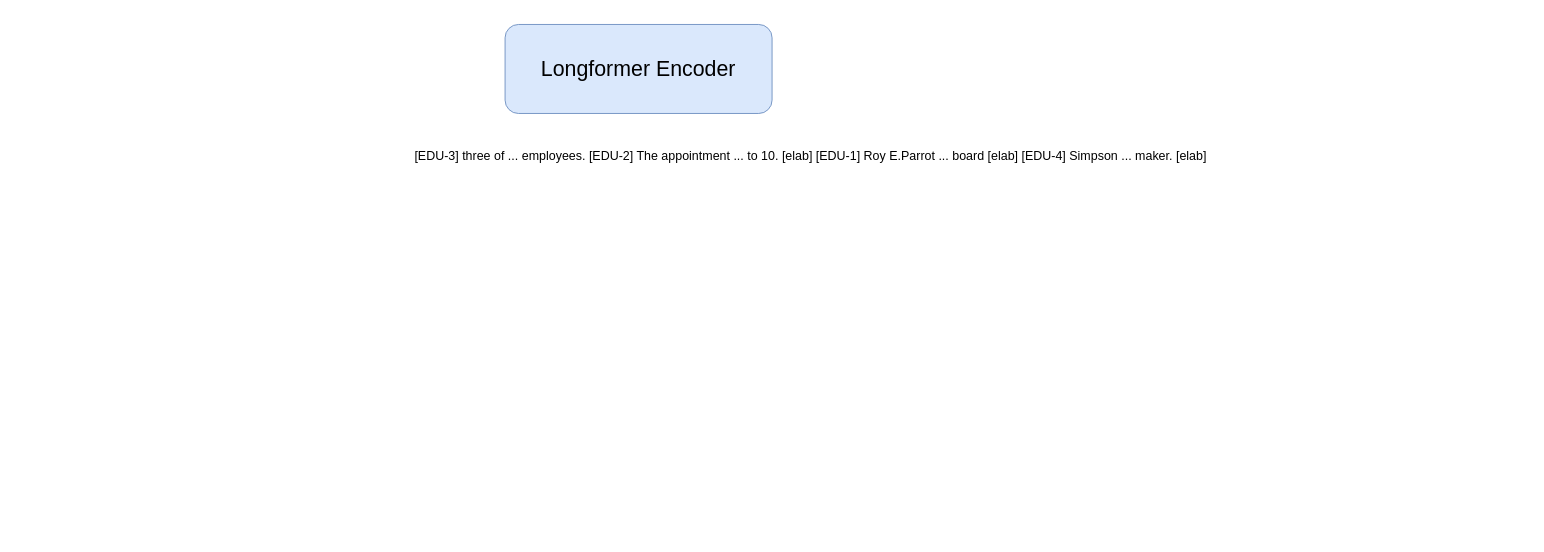
Before: page "Page-2" (2 of 2) of Untitled Diagram.drawio in Captainr22/SAE, a draw.io diagram. Source tidied: cells renumbered, new cells numbered last; positions are measured from the earlier drawing's top-left corner, leaving out a move shared by most shapes. Both pictures are drawn from the tidied source at 89%, with x=0, y=0 at pixel (407, 24).
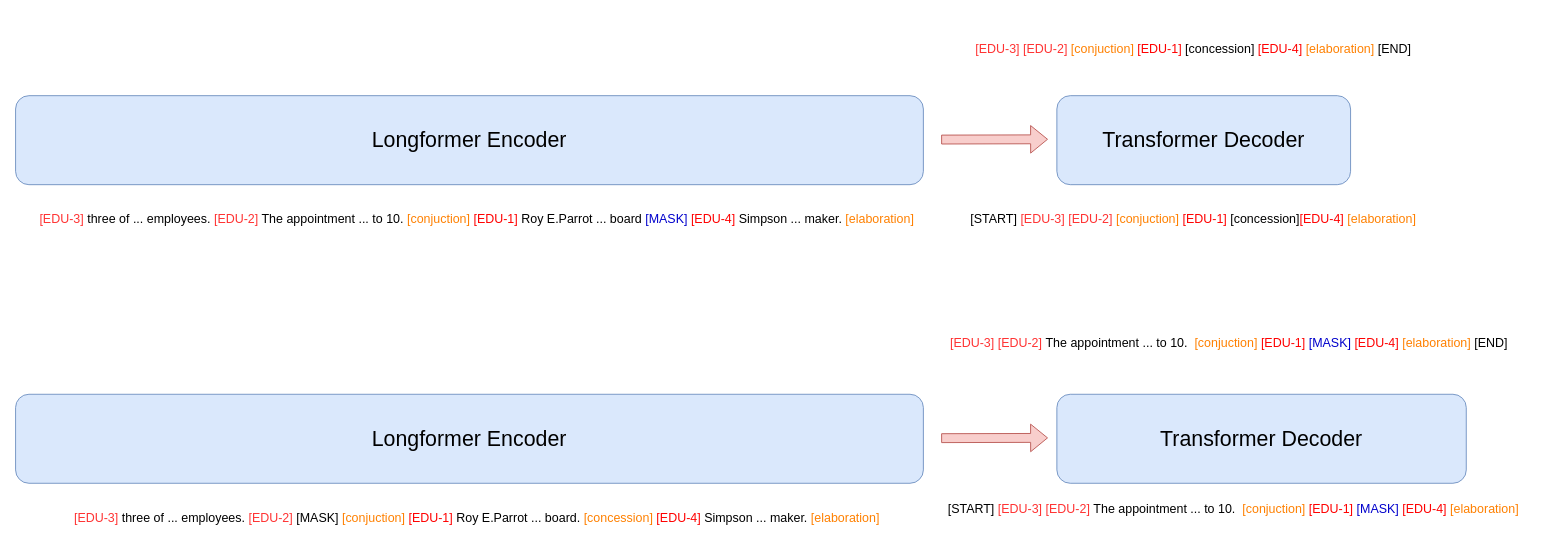
Above is the later version.

The edit, as a diff of the source:
```diff
@@
 <mxGraphModel>
   <root>
     <mxCell id="0" />
     <mxCell id="1" parent="0" />
     <mxCell id="2" value="&lt;font&gt;&lt;font style=&quot;font-size: 24px&quot;&gt;Longformer Encoder&lt;/font&gt;&lt;br&gt;&lt;/font&gt;" style="rounded=1;whiteSpace=wrap;html=1;fillColor=#dae8fc;strokeColor=#6c8ebf;" parent="1" vertex="1">
-      <mxGeometry x="110" width="300" height="100" as="geometry" />
+      <mxGeometry x="-440" y="80" width="1020" height="100" as="geometry" />
     </mxCell>
-    <mxCell id="3" value="&lt;font style=&quot;font-size: 14px&quot;&gt;[EDU-3] three of ... employees. [EDU-2] The appointment ... to 10. [elab] [EDU-1] Roy E.Parrot ... board [elab] [EDU-4] Simpson ... maker. [elab]&amp;nbsp;&lt;/font&gt;" style="text;html=1;align=center;verticalAlign=middle;strokeColor=none;fillColor=none;fontSize=36;" parent="1" vertex="1">
-      <mxGeometry y="110" width="910" height="60" as="geometry" />
+    <mxCell id="3" value="&lt;font style=&quot;font-size: 14px&quot;&gt;&lt;font color=&quot;#ff3333&quot;&gt;[EDU-3]&lt;/font&gt; three of ... employees. &lt;font color=&quot;#ff3333&quot;&gt;[EDU-2]&lt;/font&gt; The appointment ... to 10. &lt;font color=&quot;#ff8000&quot;&gt;[conjuction]&lt;/font&gt;&lt;font color=&quot;#ff0000&quot;&gt; [EDU-1]&lt;/font&gt; Roy E.Parrot ... board &lt;font color=&quot;#0000cc&quot;&gt;[MASK]&lt;/font&gt;&lt;font color=&quot;#ff0000&quot;&gt; [EDU-4]&lt;/font&gt; Simpson ... maker.&lt;font color=&quot;#ff8000&quot;&gt; [elaboration]&lt;/font&gt;&amp;nbsp;&lt;/font&gt;" style="text;html=1;align=center;verticalAlign=middle;strokeColor=none;fillColor=none;fontSize=36;" parent="1" vertex="1">
+      <mxGeometry x="-420" y="180" width="1000" height="60" as="geometry" />
     </mxCell>
+    <mxCell id="4" value="&lt;font&gt;&lt;font style=&quot;font-size: 24px&quot;&gt;Transformer Decoder&lt;/font&gt;&lt;br&gt;&lt;/font&gt;" style="rounded=1;whiteSpace=wrap;html=1;fillColor=#dae8fc;strokeColor=#6c8ebf;" parent="1" vertex="1">
+      <mxGeometry x="730" y="80" width="330" height="100" as="geometry" />
+    </mxCell>
+    <mxCell id="5" style="shape=flexArrow;endArrow=classic;html=1;rounded=0;fontSize=14;fontColor=#0000CC;fillColor=#f8cecc;strokeColor=#b85450;" parent="1" edge="1">
+      <mxGeometry relative="1" as="geometry">
+        <mxPoint x="600" y="129.3" as="sourcePoint" />
+        <mxPoint x="720" y="129" as="targetPoint" />
+      </mxGeometry>
+    </mxCell>
+    <mxCell id="6" value="&lt;font style=&quot;font-size: 14px&quot;&gt;[START] &lt;font color=&quot;#ff3333&quot;&gt;[EDU-3]&lt;/font&gt;&amp;nbsp;&lt;font color=&quot;#ff3333&quot;&gt;[EDU-2]&lt;/font&gt;&amp;nbsp;&lt;font color=&quot;#ff8000&quot;&gt;[conjuction]&lt;/font&gt;&lt;font color=&quot;#ff0000&quot;&gt; [EDU-1]&lt;/font&gt;&amp;nbsp;[concession]&lt;font color=&quot;#ff0000&quot;&gt;[EDU-4]&lt;/font&gt;&lt;font color=&quot;#ff8000&quot;&gt;&amp;nbsp;[elaboration]&lt;/font&gt;&amp;nbsp;&lt;/font&gt;" style="text;html=1;align=center;verticalAlign=middle;strokeColor=none;fillColor=none;fontSize=36;" parent="1" vertex="1">
+      <mxGeometry x="625" y="180" width="520" height="60" as="geometry" />
+    </mxCell>
+    <mxCell id="7" value="&lt;font style=&quot;font-size: 14px&quot;&gt;&lt;font color=&quot;#ff3333&quot;&gt;[EDU-3]&lt;/font&gt;&amp;nbsp;&lt;font color=&quot;#ff3333&quot;&gt;[EDU-2]&lt;/font&gt;&amp;nbsp;&lt;font color=&quot;#ff8000&quot;&gt;[conjuction]&lt;/font&gt;&lt;font color=&quot;#ff0000&quot;&gt; [EDU-1]&lt;/font&gt;&amp;nbsp;[concession]&lt;font color=&quot;#ff0000&quot;&gt;&amp;nbsp;[EDU-4]&lt;/font&gt;&lt;font color=&quot;#ff8000&quot;&gt;&amp;nbsp;[elaboration] &lt;/font&gt;[END]&amp;nbsp;&lt;/font&gt;" style="text;html=1;align=center;verticalAlign=middle;strokeColor=none;fillColor=none;fontSize=36;" parent="1" vertex="1">
+      <mxGeometry x="630" y="-10" width="510" height="60" as="geometry" />
+    </mxCell>
+    <mxCell id="8" value="&lt;font&gt;&lt;font style=&quot;font-size: 24px&quot;&gt;Longformer Encoder&lt;/font&gt;&lt;br&gt;&lt;/font&gt;" style="rounded=1;whiteSpace=wrap;html=1;fillColor=#dae8fc;strokeColor=#6c8ebf;" parent="1" vertex="1">
+      <mxGeometry x="-440" y="415.5" width="1020" height="100" as="geometry" />
+    </mxCell>
+    <mxCell id="9" value="&lt;font style=&quot;font-size: 14px&quot;&gt;&lt;font color=&quot;#ff3333&quot;&gt;[EDU-3]&lt;/font&gt; three of ... employees. &lt;font color=&quot;#ff3333&quot;&gt;[EDU-2]&lt;/font&gt; [MASK]&amp;nbsp;&lt;font color=&quot;#ff8000&quot;&gt;[conjuction]&lt;/font&gt;&lt;font color=&quot;#ff0000&quot;&gt; [EDU-1]&lt;/font&gt; Roy E.Parrot ... board. &lt;font color=&quot;#ff8000&quot;&gt;[concession]&lt;/font&gt;&lt;font color=&quot;#ff0000&quot;&gt;&amp;nbsp;[EDU-4]&lt;/font&gt; Simpson ... maker.&lt;font color=&quot;#ff8000&quot;&gt; [elaboration]&lt;/font&gt;&amp;nbsp;&lt;/font&gt;" style="text;html=1;align=center;verticalAlign=middle;strokeColor=none;fillColor=none;fontSize=36;" parent="1" vertex="1">
+      <mxGeometry x="-380" y="515.5" width="920" height="60" as="geometry" />
+    </mxCell>
+    <mxCell id="10" value="&lt;font&gt;&lt;font style=&quot;font-size: 24px&quot;&gt;Transformer Decoder&lt;/font&gt;&lt;br&gt;&lt;/font&gt;" style="rounded=1;whiteSpace=wrap;html=1;fillColor=#dae8fc;strokeColor=#6c8ebf;" parent="1" vertex="1">
+      <mxGeometry x="730" y="415.5" width="460" height="100" as="geometry" />
+    </mxCell>
+    <mxCell id="11" style="shape=flexArrow;endArrow=classic;html=1;rounded=0;fontSize=14;fontColor=#0000CC;fillColor=#f8cecc;strokeColor=#b85450;" parent="1" edge="1">
+      <mxGeometry relative="1" as="geometry">
+        <mxPoint x="600" y="464.8" as="sourcePoint" />
+        <mxPoint x="720" y="464.5" as="targetPoint" />
+      </mxGeometry>
+    </mxCell>
+    <mxCell id="12" value="&lt;font style=&quot;font-size: 14px&quot;&gt;[START] &lt;font color=&quot;#ff3333&quot;&gt;[EDU-3]&lt;/font&gt;&amp;nbsp;&lt;font color=&quot;#ff3333&quot;&gt;[EDU-2]&amp;nbsp;&lt;/font&gt;The appointment ... to 10.&amp;nbsp;&amp;nbsp;&lt;font color=&quot;#ff8000&quot;&gt;[conjuction]&lt;/font&gt;&lt;font color=&quot;#ff0000&quot;&gt; [EDU-1]&lt;/font&gt;&amp;nbsp;&lt;font color=&quot;#0000cc&quot;&gt;[MASK]&lt;/font&gt;&lt;font color=&quot;#ff0000&quot;&gt; [EDU-4]&lt;/font&gt;&lt;font color=&quot;#ff8000&quot;&gt;&amp;nbsp;[elaboration]&lt;/font&gt;&amp;nbsp;&lt;/font&gt;" style="text;html=1;align=center;verticalAlign=middle;strokeColor=none;fillColor=none;fontSize=36;" parent="1" vertex="1">
+      <mxGeometry x="600" y="505.5" width="660" height="60" as="geometry" />
+    </mxCell>
+    <mxCell id="13" value="&lt;font style=&quot;font-size: 14px&quot;&gt;&lt;font color=&quot;#ff3333&quot;&gt;[EDU-3]&lt;/font&gt;&amp;nbsp;&lt;font color=&quot;#ff3333&quot;&gt;[EDU-2]&amp;nbsp;&lt;/font&gt;The appointment ... to 10.&amp;nbsp;&amp;nbsp;&lt;font color=&quot;#ff8000&quot;&gt;[conjuction]&lt;/font&gt;&lt;font color=&quot;#ff0000&quot;&gt;&amp;nbsp;[EDU-1]&lt;/font&gt;&amp;nbsp;&lt;font color=&quot;#0000cc&quot;&gt;[MASK]&lt;/font&gt;&lt;font color=&quot;#ff0000&quot;&gt;&amp;nbsp;[EDU-4]&lt;/font&gt;&lt;font color=&quot;#ff8000&quot;&gt;&amp;nbsp;[elaboration]&lt;/font&gt;&lt;font color=&quot;#ff8000&quot;&gt;&amp;nbsp;&lt;/font&gt;[END]&amp;nbsp;&lt;/font&gt;" style="text;html=1;align=center;verticalAlign=middle;strokeColor=none;fillColor=none;fontSize=36;" parent="1" vertex="1">
+      <mxGeometry x="600" y="320" width="650" height="60" as="geometry" />
+    </mxCell>
   </root>
 </mxGraphModel>
```
